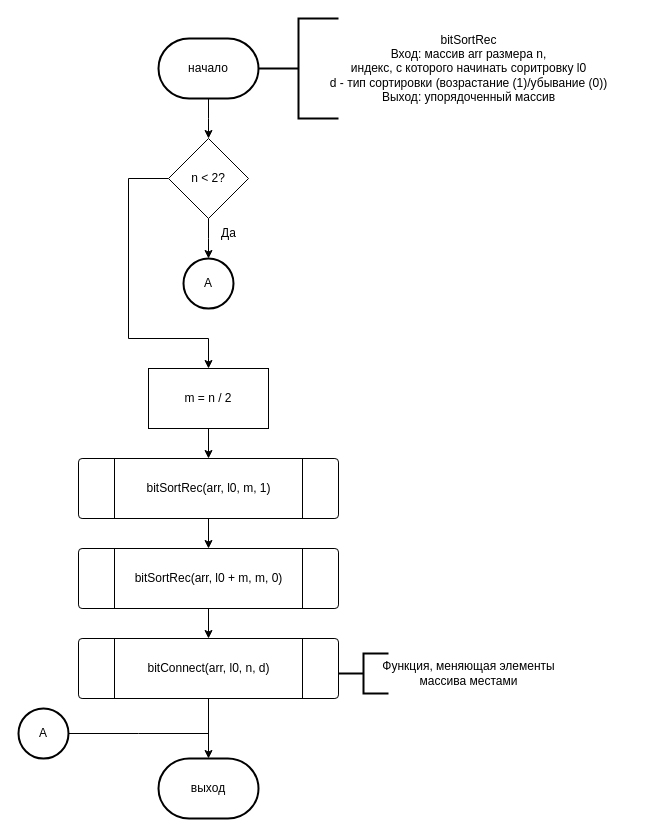
ZenyaKonyaev/algorithm-analysis-course keeps this draw.io diagram as page "bitonic_2" (7 of 8) of lab_03/docs/diagrams/diagram.drawio. Above is the earlier version. Source tidied: cells renumbered, new cells numbered last; positions are measured from the earlier drawing's top-left corner, leaving out a move shared by most shapes. Both pictures are drawn from the tidied source at 100%, with x=0, y=0 at pixel (18, 18).
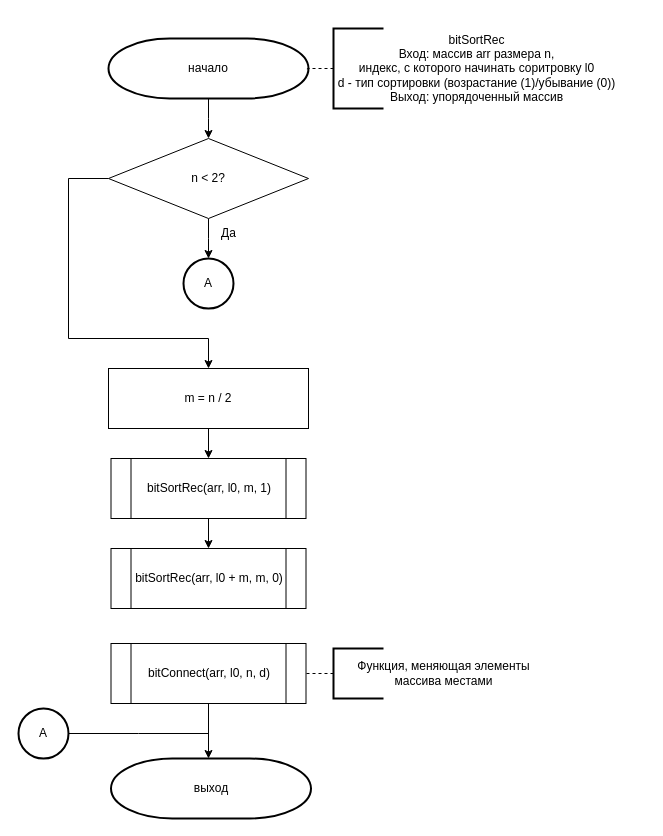
Above is the later version.

Diff of the diagram source:
```diff
@@
     <mxCell id="3" value="&lt;div&gt;начало&lt;/div&gt;" style="strokeWidth=2;html=1;shape=mxgraph.flowchart.terminator;whiteSpace=wrap;" parent="1" vertex="1">
-      <mxGeometry x="140" y="20" width="100" height="60" as="geometry" />
+      <mxGeometry x="90" y="20" width="200" height="60" as="geometry" />
     </mxCell>
-    <mxCell id="4" style="strokeWidth=2;html=1;shape=mxgraph.flowchart.annotation_2;align=left;labelPosition=right;" parent="1" vertex="1">
-      <mxGeometry x="240" width="80" height="100" as="geometry" />
-    </mxCell>
     <mxCell id="5" value="bitSortRec &lt;br&gt;Вход: массив arr размера n,&lt;br&gt;индекс, с которого начинать соритровку l0&lt;br&gt;d - тип сортировки (возрастание (1)/убывание (0))&lt;br&gt;Выход: упорядоченный массив" style="text;html=1;align=center;verticalAlign=middle;points=[];strokeColor=none;fillColor=none;" parent="1" vertex="1">
-      <mxGeometry x="280" y="5" width="340" height="90" as="geometry" />
+      <mxGeometry x="287.5" y="5" width="340" height="90" as="geometry" />
     </mxCell>
@@
     <mxCell id="7" style="edgeStyle=orthogonalEdgeStyle;rounded=0;jettySize=auto;html=1;exitX=0;exitY=0.5;exitDx=0;exitDy=0;entryX=0.5;entryY=0;entryDx=0;entryDy=0;endArrow=classic;endFill=1;" parent="1" edge="1" source="8" target="12">
       <mxGeometry relative="1" as="geometry">
         <Array as="points">
-          <mxPoint x="110" y="160" />
-          <mxPoint x="110" y="320" />
+          <mxPoint x="50" y="160" />
+          <mxPoint x="50" y="320" />
           <mxPoint x="190" y="320" />
         </Array>
       </mxGeometry>
     </mxCell>
     <mxCell id="8" value="n &amp;lt; 2?" style="rhombus;whiteSpace=wrap;html=1;" parent="1" vertex="1">
-      <mxGeometry x="150" y="120" width="80" height="80" as="geometry" />
+      <mxGeometry x="90" y="120" width="200" height="80" as="geometry" />
     </mxCell>
@@
-    <mxCell id="11" style="edgeStyle=orthogonalEdgeStyle;rounded=0;jettySize=auto;html=1;exitX=0.5;exitY=1;exitDx=0;exitDy=0;entryX=0.5;entryY=0;entryDx=0;entryDy=0;" parent="1" edge="1" target="14">
+    <mxCell id="11" style="edgeStyle=orthogonalEdgeStyle;rounded=0;orthogonalLoop=1;jettySize=auto;html=1;exitX=0.5;exitY=1;exitDx=0;exitDy=0;entryX=0.5;entryY=0;entryDx=0;entryDy=0;" parent="1" edge="1">
       <mxGeometry relative="1" as="geometry">
         <mxPoint x="180" y="410" as="sourcePoint" />
+        <mxPoint x="190" y="440" as="targetPoint" />
       </mxGeometry>
     </mxCell>
     <mxCell id="12" value="m = n / 2" style="rounded=0;whiteSpace=wrap;html=1;" parent="1" vertex="1">
-      <mxGeometry x="130" y="350" width="120" height="60" as="geometry" />
+      <mxGeometry x="90" y="350" width="200" height="60" as="geometry" />
     </mxCell>
-    <mxCell id="13" style="edgeStyle=orthogonalEdgeStyle;rounded=0;jettySize=auto;html=1;exitX=0.5;exitY=1;exitDx=0;exitDy=0;entryX=0.5;entryY=0;entryDx=0;entryDy=0;" parent="1" edge="1" source="14" target="17">
-      <mxGeometry relative="1" as="geometry" />
+    <mxCell id="13" style="edgeStyle=orthogonalEdgeStyle;rounded=0;orthogonalLoop=1;jettySize=auto;html=1;exitX=0.5;exitY=1;exitDx=0;exitDy=0;entryX=0.5;entryY=0;entryDx=0;entryDy=0;" parent="1" edge="1">
+      <mxGeometry relative="1" as="geometry">
+        <mxPoint x="190" y="500" as="sourcePoint" />
+        <mxPoint x="190" y="530" as="targetPoint" />
+      </mxGeometry>
     </mxCell>
-    <mxCell id="14" style="verticalLabelPosition=bottom;verticalAlign=top;html=1;shape=process;whiteSpace=wrap;rounded=1;size=0.14;arcSize=6;" parent="1" vertex="1">
-      <mxGeometry x="60" y="440" width="260" height="60" as="geometry" />
-    </mxCell>
-    <mxCell id="15" value="bitSortRec(arr, l0, m, 1)" style="text;html=1;align=center;verticalAlign=middle;strokeColor=none;fillColor=none;" parent="1" vertex="1">
-      <mxGeometry x="105" y="455" width="170" height="30" as="geometry" />
-    </mxCell>
-    <mxCell id="16" style="edgeStyle=orthogonalEdgeStyle;rounded=0;jettySize=auto;html=1;exitX=0.5;exitY=1;exitDx=0;exitDy=0;entryX=0.5;entryY=0;entryDx=0;entryDy=0;" parent="1" edge="1" source="17" target="20">
-      <mxGeometry relative="1" as="geometry" />
-    </mxCell>
-    <mxCell id="17" style="verticalLabelPosition=bottom;verticalAlign=top;html=1;shape=process;whiteSpace=wrap;rounded=1;size=0.14;arcSize=6;" parent="1" vertex="1">
-      <mxGeometry x="60" y="530" width="260" height="60" as="geometry" />
-    </mxCell>
-    <mxCell id="18" value="bitSortRec(arr, l0 + m, m, 0)" style="text;html=1;align=center;verticalAlign=middle;strokeColor=none;fillColor=none;" parent="1" vertex="1">
-      <mxGeometry x="90" y="545" width="200" height="30" as="geometry" />
-    </mxCell>
-    <mxCell id="19" style="edgeStyle=orthogonalEdgeStyle;rounded=0;jettySize=auto;html=1;exitX=0.5;exitY=1;exitDx=0;exitDy=0;entryX=0.5;entryY=0;entryDx=0;entryDy=0;entryPerimeter=0;" parent="1" edge="1" source="20" target="22">
-      <mxGeometry relative="1" as="geometry" />
+    <mxCell id="19" style="edgeStyle=orthogonalEdgeStyle;rounded=0;orthogonalLoop=1;jettySize=auto;html=1;exitX=0.5;exitY=1;exitDx=0;exitDy=0;entryX=0.5;entryY=0;entryDx=0;entryDy=0;entryPerimeter=0;" parent="1" edge="1">
+      <mxGeometry relative="1" as="geometry">
+        <mxPoint x="190" y="680" as="sourcePoint" />
+        <mxPoint x="190" y="740" as="targetPoint" />
+      </mxGeometry>
     </mxCell>
-    <mxCell id="20" style="verticalLabelPosition=bottom;verticalAlign=top;html=1;shape=process;whiteSpace=wrap;rounded=1;size=0.14;arcSize=6;" parent="1" vertex="1">
-      <mxGeometry x="60" y="620" width="260" height="60" as="geometry" />
-    </mxCell>
-    <mxCell id="21" value="bitConnect(arr, l0, n, d)" style="text;html=1;align=center;verticalAlign=middle;points=[];strokeColor=none;fillColor=none;" parent="1" vertex="1">
-      <mxGeometry x="105" y="635" width="170" height="30" as="geometry" />
-    </mxCell>
-    <mxCell id="22" value="выход" style="strokeWidth=2;html=1;shape=mxgraph.flowchart.terminator;whiteSpace=wrap;" parent="1" vertex="1">
-      <mxGeometry x="140" y="740" width="100" height="60" as="geometry" />
-    </mxCell>
-    <mxCell id="23" style="strokeWidth=2;html=1;shape=mxgraph.flowchart.annotation_2;align=left;labelPosition=right;" parent="1" vertex="1">
-      <mxGeometry x="320" y="635" width="50" height="40" as="geometry" />
-    </mxCell>
     <mxCell id="24" value="Функция, меняющая элементы&lt;br&gt;массива местами" style="text;html=1;align=center;verticalAlign=middle;strokeColor=none;fillColor=none;" parent="1" vertex="1">
-      <mxGeometry x="340" y="635" width="220" height="40" as="geometry" />
+      <mxGeometry x="315" y="635" width="220" height="40" as="geometry" />
     </mxCell>
@@
+    <mxCell id="18" value="bitSortRec(arr, l0 + m, m, 0)" style="shape=process;whiteSpace=wrap;html=1;backgroundOutline=1;" parent="1" vertex="1">
+      <mxGeometry x="92.5" y="530" width="195" height="60" as="geometry" />
+    </mxCell>
+    <mxCell id="15" value="&lt;div&gt;bitSortRec(arr, l0, m, 1)&lt;/div&gt;" style="shape=process;whiteSpace=wrap;html=1;backgroundOutline=1;" parent="1" vertex="1">
+      <mxGeometry x="92.5" y="440" width="195" height="60" as="geometry" />
+    </mxCell>
+    <mxCell id="21" value="bitConnect(arr, l0, n, d)" style="shape=process;whiteSpace=wrap;html=1;backgroundOutline=1;" parent="1" vertex="1">
+      <mxGeometry x="92.5" y="625" width="195" height="60" as="geometry" />
+    </mxCell>
+    <mxCell id="22" value="выход" style="strokeWidth=2;html=1;shape=mxgraph.flowchart.terminator;whiteSpace=wrap;" parent="1" vertex="1">
+      <mxGeometry x="92.5" y="740" width="200" height="60" as="geometry" />
+    </mxCell>
+    <mxCell id="27" style="edgeStyle=orthogonalEdgeStyle;rounded=0;jettySize=auto;html=1;exitX=0;exitY=0.5;exitDx=0;exitDy=0;exitPerimeter=0;entryX=0.004;entryY=0.533;entryDx=0;entryDy=0;entryPerimeter=0;dashed=1;endArrow=none;endFill=0;startSize=11;" parent="1" edge="1" source="28" target="5">
+      <mxGeometry relative="1" as="geometry" />
+    </mxCell>
+    <mxCell id="28" style="strokeWidth=2;html=1;shape=mxgraph.flowchart.annotation_1;align=left;" parent="1" vertex="1">
+      <mxGeometry x="315" y="10" width="50" height="80" as="geometry" />
+    </mxCell>
+    <mxCell id="29" style="edgeStyle=orthogonalEdgeStyle;rounded=0;jettySize=auto;html=1;exitX=0;exitY=0.5;exitDx=0;exitDy=0;exitPerimeter=0;entryX=1;entryY=0.5;entryDx=0;entryDy=0;dashed=1;endArrow=none;endFill=0;startSize=11;" parent="1" edge="1" source="30" target="21">
+      <mxGeometry relative="1" as="geometry" />
+    </mxCell>
+    <mxCell id="30" style="strokeWidth=2;html=1;shape=mxgraph.flowchart.annotation_1;align=left;" parent="1" vertex="1">
+      <mxGeometry x="315" y="630" width="50" height="50" as="geometry" />
+    </mxCell>
```
